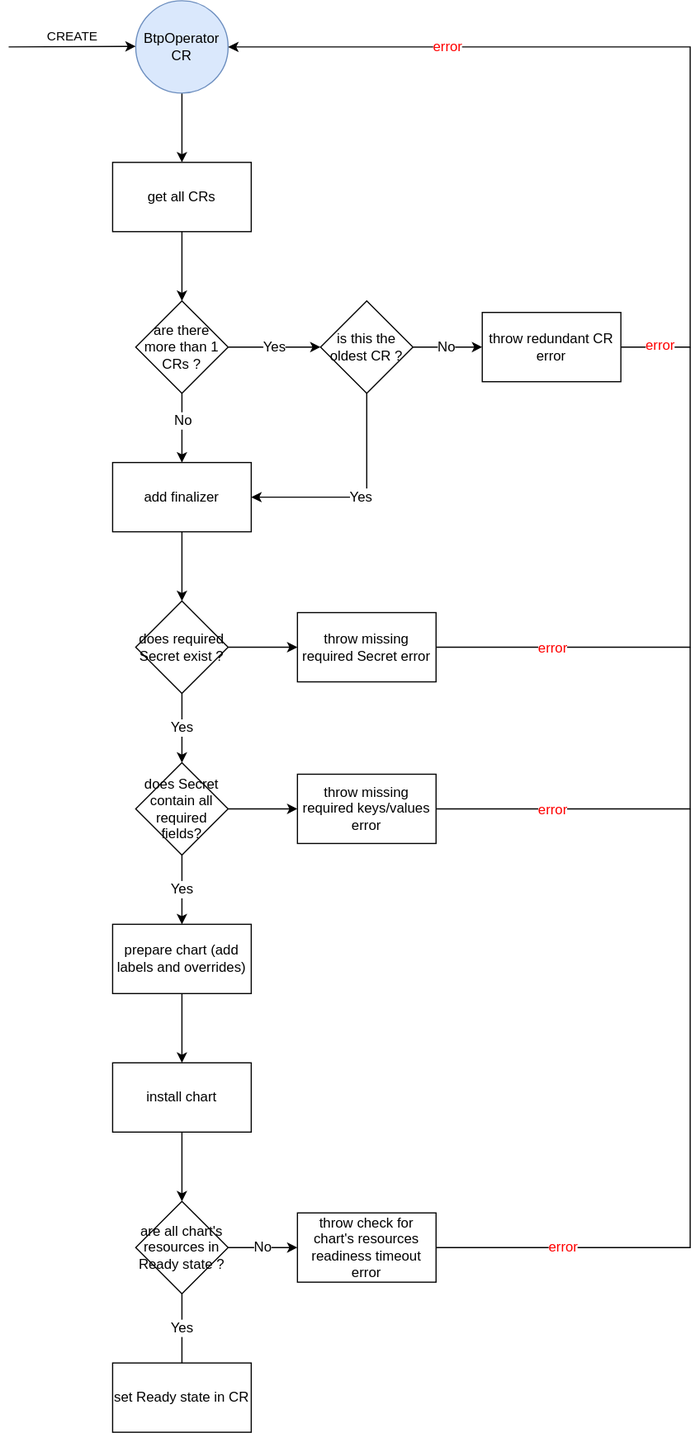
This is docs/assets/provisioning.svg from kyma-project/btp-manager, a draw.io export, as it was before one commit. Source tidied: cells renumbered, new cells last; positions are measured from the earlier drawing's top-left corner, leaving out a move shared by most shapes.
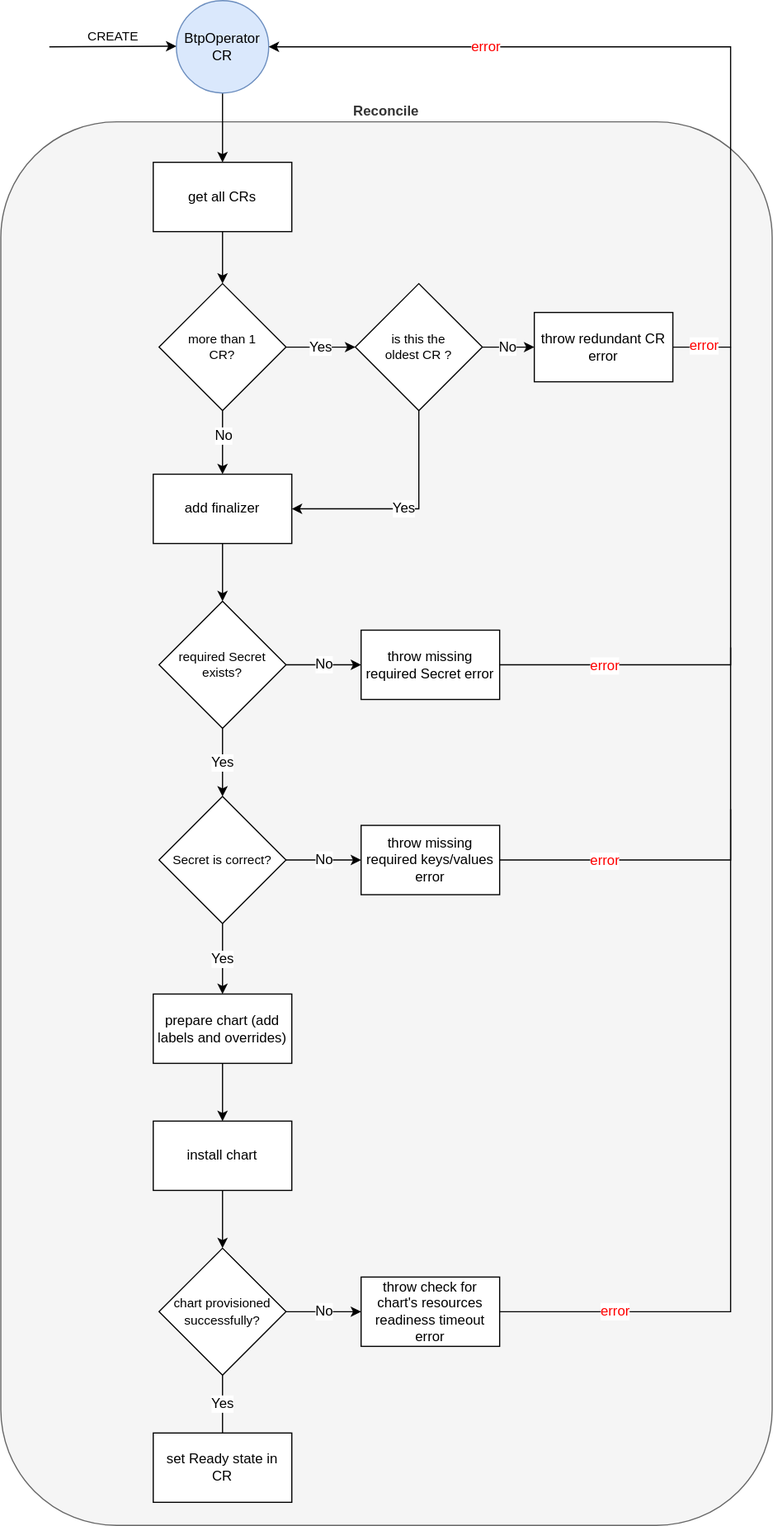
After the change.

Commit message:
Fix operations diagrams

Change to the diagram source:
```diff
@@ -2,6 +2,9 @@
   <root>
     <mxCell id="0" />
     <mxCell id="1" parent="0" />
+    <mxCell id="43" value="Reconcile" style="rounded=1;whiteSpace=wrap;html=1;fontColor=#333333;fillColor=#f5f5f5;strokeColor=#666666;labelPosition=center;verticalLabelPosition=top;align=center;verticalAlign=bottom;fontStyle=1;" parent="1" vertex="1">
+      <mxGeometry x="-42" y="105" width="668" height="1215" as="geometry" />
+    </mxCell>
     <mxCell id="2" style="edgeStyle=orthogonalEdgeStyle;rounded=0;jettySize=auto;html=1;fontSize=12;" parent="1" edge="1" source="3" target="10">
       <mxGeometry relative="1" as="geometry" />
     </mxCell>
@@ -25,8 +28,8 @@
     <mxCell id="7" value="Yes" style="edgeStyle=orthogonalEdgeStyle;rounded=0;jettySize=auto;html=1;fontSize=12;" parent="1" edge="1" source="8" target="16">
       <mxGeometry relative="1" as="geometry" />
     </mxCell>
-    <mxCell id="8" value="are there more than 1 CRs ?" style="rhombus;whiteSpace=wrap;html=1;fontSize=12;" parent="1" vertex="1">
-      <mxGeometry x="110" y="260" width="80" height="80" as="geometry" />
+    <mxCell id="8" value="more than 1 &lt;br style=&quot;font-size: 11px;&quot;&gt;CR?" style="rhombus;whiteSpace=wrap;html=1;fontSize=11;" parent="1" vertex="1">
+      <mxGeometry x="95" y="245" width="110" height="110" as="geometry" />
     </mxCell>
     <mxCell id="9" style="edgeStyle=orthogonalEdgeStyle;rounded=0;jettySize=auto;html=1;fontSize=12;" parent="1" edge="1" source="10" target="8">
       <mxGeometry relative="1" as="geometry" />
@@ -38,7 +41,7 @@
       <mxGeometry relative="1" as="geometry" />
     </mxCell>
     <mxCell id="12" value="add finalizer" style="whiteSpace=wrap;html=1;" parent="1" vertex="1">
-      <mxGeometry x="90" y="400" width="120" height="60" as="geometry" />
+      <mxGeometry x="90" y="410" width="120" height="60" as="geometry" />
     </mxCell>
     <mxCell id="13" value="Yes" style="edgeStyle=orthogonalEdgeStyle;rounded=0;jettySize=auto;html=1;exitX=0.5;exitY=1;exitDx=0;exitDy=0;entryX=1;entryY=0.5;entryDx=0;entryDy=0;fontSize=12;" parent="1" edge="1" source="16" target="12">
       <mxGeometry relative="1" as="geometry" />
@@ -49,8 +52,8 @@
     <mxCell id="15" value="No" style="edgeLabel;html=1;align=center;verticalAlign=middle;fontSize=12;" parent="14" vertex="1">
       <mxGeometry x="-0.07" y="1" relative="1" as="geometry" />
     </mxCell>
-    <mxCell id="16" value="is this the oldest CR ?" style="rhombus;whiteSpace=wrap;html=1;" parent="1" vertex="1">
-      <mxGeometry x="270" y="260" width="80" height="80" as="geometry" />
+    <mxCell id="16" value="is this the &lt;br style=&quot;font-size: 11px;&quot;&gt;oldest CR ?" style="rhombus;whiteSpace=wrap;html=1;fontSize=11;" parent="1" vertex="1">
+      <mxGeometry x="265" y="245" width="110" height="110" as="geometry" />
     </mxCell>
     <mxCell id="17" style="edgeStyle=orthogonalEdgeStyle;rounded=0;jettySize=auto;html=1;exitX=1;exitY=0.5;exitDx=0;exitDy=0;entryX=1;entryY=0.5;entryDx=0;entryDy=0;fontSize=12;" parent="1" edge="1" source="20" target="3">
       <mxGeometry relative="1" as="geometry">
@@ -64,19 +67,21 @@
       <mxGeometry x="0.47" y="-1" relative="1" as="geometry" />
     </mxCell>
     <mxCell id="19" value="&lt;font color=&quot;#ff0000&quot;&gt;error&lt;/font&gt;" style="edgeLabel;html=1;align=center;verticalAlign=middle;fontSize=12;fontColor=#000000;" parent="17" vertex="1">
-      <mxGeometry x="-0.91" y="2" relative="1" as="geometry" />
+      <mxGeometry x="-0.91" y="2" relative="1" as="geometry">
+        <mxPoint x="-6" as="offset" />
+      </mxGeometry>
     </mxCell>
     <mxCell id="20" value="throw redundant CR error" style="whiteSpace=wrap;html=1;" parent="1" vertex="1">
-      <mxGeometry x="410" y="270" width="120" height="60" as="geometry" />
+      <mxGeometry x="420" y="270" width="120" height="60" as="geometry" />
     </mxCell>
-    <mxCell id="21" style="edgeStyle=orthogonalEdgeStyle;rounded=0;jettySize=auto;html=1;fontSize=12;fontColor=#FF0000;endArrow=classic;endFill=1;" parent="1" edge="1" source="23" target="26">
+    <mxCell id="21" value="No" style="edgeStyle=orthogonalEdgeStyle;rounded=0;jettySize=auto;html=1;fontSize=12;fontColor=#000000;endArrow=classic;endFill=1;" parent="1" edge="1" source="23" target="26">
       <mxGeometry relative="1" as="geometry" />
     </mxCell>
     <mxCell id="22" value="Yes" style="edgeStyle=orthogonalEdgeStyle;rounded=0;jettySize=auto;html=1;fontSize=12;fontColor=#000000;endArrow=classic;endFill=1;" parent="1" edge="1" source="23" target="29">
       <mxGeometry relative="1" as="geometry" />
     </mxCell>
-    <mxCell id="23" value="does required Secret exist ?" style="rhombus;whiteSpace=wrap;html=1;" parent="1" vertex="1">
-      <mxGeometry x="110" y="520" width="80" height="80" as="geometry" />
+    <mxCell id="23" value="required Secret exists?" style="rhombus;whiteSpace=wrap;html=1;fontSize=11;" parent="1" vertex="1">
+      <mxGeometry x="95" y="520" width="110" height="110" as="geometry" />
     </mxCell>
     <mxCell id="24" style="edgeStyle=orthogonalEdgeStyle;rounded=0;jettySize=auto;html=1;fontSize=12;fontColor=#FF0000;endArrow=none;endFill=0;" parent="1" edge="1" source="26">
       <mxGeometry relative="1" as="geometry">
@@ -85,20 +90,20 @@
     </mxCell>
     <mxCell id="25" value="error" style="edgeLabel;html=1;align=center;verticalAlign=middle;fontSize=12;fontColor=#FF0000;" parent="24" vertex="1">
       <mxGeometry x="-0.59" y="2" relative="1" as="geometry">
-        <mxPoint y="2" as="offset" />
+        <mxPoint x="-8" y="2" as="offset" />
       </mxGeometry>
     </mxCell>
     <mxCell id="26" value="throw missing required Secret error" style="whiteSpace=wrap;html=1;" parent="1" vertex="1">
-      <mxGeometry x="250" y="530" width="120" height="60" as="geometry" />
+      <mxGeometry x="270" y="545" width="120" height="60" as="geometry" />
     </mxCell>
-    <mxCell id="27" style="edgeStyle=orthogonalEdgeStyle;rounded=0;jettySize=auto;html=1;fontSize=12;fontColor=#000000;endArrow=classic;endFill=1;" parent="1" edge="1" source="29" target="32">
+    <mxCell id="27" value="No" style="edgeStyle=orthogonalEdgeStyle;rounded=0;jettySize=auto;html=1;fontSize=12;fontColor=#000000;endArrow=classic;endFill=1;" parent="1" edge="1" source="29" target="32">
       <mxGeometry relative="1" as="geometry" />
     </mxCell>
     <mxCell id="28" value="Yes" style="edgeStyle=orthogonalEdgeStyle;rounded=0;jettySize=auto;html=1;fontSize=12;fontColor=#000000;endArrow=classic;endFill=1;" parent="1" edge="1" source="29" target="34">
       <mxGeometry relative="1" as="geometry" />
     </mxCell>
-    <mxCell id="29" value="does Secret contain all required fields?" style="rhombus;whiteSpace=wrap;html=1;" parent="1" vertex="1">
-      <mxGeometry x="110" y="660" width="80" height="80" as="geometry" />
+    <mxCell id="29" value="Secret is correct?" style="rhombus;whiteSpace=wrap;html=1;fontSize=11;" parent="1" vertex="1">
+      <mxGeometry x="95" y="689" width="110" height="110" as="geometry" />
     </mxCell>
     <mxCell id="30" style="edgeStyle=orthogonalEdgeStyle;rounded=0;jettySize=auto;html=1;fontSize=12;fontColor=#000000;endArrow=none;endFill=0;" parent="1" edge="1" source="32">
       <mxGeometry relative="1" as="geometry">
@@ -107,23 +112,23 @@
     </mxCell>
     <mxCell id="31" value="error" style="edgeLabel;html=1;align=center;verticalAlign=middle;fontSize=12;fontColor=#FF0000;" parent="30" vertex="1">
       <mxGeometry x="-0.45" y="1" relative="1" as="geometry">
-        <mxPoint x="1" y="1" as="offset" />
+        <mxPoint x="-16" y="1" as="offset" />
       </mxGeometry>
     </mxCell>
     <mxCell id="32" value="throw missing required keys/values error" style="whiteSpace=wrap;html=1;" parent="1" vertex="1">
-      <mxGeometry x="250" y="670" width="120" height="60" as="geometry" />
+      <mxGeometry x="270" y="714" width="120" height="60" as="geometry" />
     </mxCell>
     <mxCell id="33" style="edgeStyle=orthogonalEdgeStyle;rounded=0;jettySize=auto;html=1;fontSize=12;fontColor=#000000;endArrow=classic;endFill=1;" parent="1" edge="1" source="34" target="36">
       <mxGeometry relative="1" as="geometry" />
     </mxCell>
     <mxCell id="34" value="prepare chart (add labels and overrides)" style="whiteSpace=wrap;html=1;" parent="1" vertex="1">
-      <mxGeometry x="90" y="800" width="120" height="60" as="geometry" />
+      <mxGeometry x="90" y="860" width="120" height="60" as="geometry" />
     </mxCell>
     <mxCell id="35" style="edgeStyle=orthogonalEdgeStyle;rounded=0;jettySize=auto;html=1;fontSize=12;fontColor=#000000;endArrow=classic;endFill=1;" parent="1" edge="1" source="36" target="39">
       <mxGeometry relative="1" as="geometry" />
     </mxCell>
     <mxCell id="36" value="install chart" style="whiteSpace=wrap;html=1;" parent="1" vertex="1">
-      <mxGeometry x="90" y="920" width="120" height="60" as="geometry" />
+      <mxGeometry x="90" y="970" width="120" height="60" as="geometry" />
     </mxCell>
     <mxCell id="37" value="No" style="edgeStyle=orthogonalEdgeStyle;rounded=0;jettySize=auto;html=1;fontSize=12;fontColor=#000000;endArrow=classic;endFill=1;" parent="1" edge="1" source="39" target="41">
       <mxGeometry relative="1" as="geometry" />
@@ -131,19 +136,19 @@
     <mxCell id="38" value="Yes" style="edgeStyle=orthogonalEdgeStyle;rounded=0;jettySize=auto;html=1;fontSize=12;fontColor=#000000;endArrow=none;endFill=0;" parent="1" edge="1" source="39" target="42">
       <mxGeometry relative="1" as="geometry" />
     </mxCell>
-    <mxCell id="39" value="are all chart's resources in Ready state ?" style="rhombus;whiteSpace=wrap;html=1;" parent="1" vertex="1">
-      <mxGeometry x="110" y="1040" width="80" height="80" as="geometry" />
+    <mxCell id="39" value="&lt;font style=&quot;font-size: 11px;&quot;&gt;chart provisioned successfully?&lt;/font&gt;" style="rhombus;whiteSpace=wrap;html=1;" parent="1" vertex="1">
+      <mxGeometry x="95" y="1080" width="110" height="110" as="geometry" />
     </mxCell>
-    <mxCell id="40" value="error" style="edgeStyle=orthogonalEdgeStyle;rounded=0;jettySize=auto;html=1;fontSize=12;fontColor=#FF0000;endArrow=none;endFill=0;" parent="1" edge="1" source="41">
-      <mxGeometry x="-0.63" relative="1" as="geometry">
+    <mxCell id="40" value="error" style="edgeStyle=orthogonalEdgeStyle;rounded=0;jettySize=auto;html=1;fontSize=12;fontColor=#FF0000;endArrow=none;endFill=0;labelBackgroundColor=default;" parent="1" edge="1" source="41">
+      <mxGeometry x="-0.69" relative="1" as="geometry">
         <mxPoint x="590" y="700" as="targetPoint" />
       </mxGeometry>
     </mxCell>
     <mxCell id="41" value="throw check for chart's resources readiness timeout error" style="whiteSpace=wrap;html=1;" parent="1" vertex="1">
-      <mxGeometry x="250" y="1050" width="120" height="60" as="geometry" />
+      <mxGeometry x="270" y="1105" width="120" height="60" as="geometry" />
     </mxCell>
-    <mxCell id="42" value="set Ready state in CR" style="whiteSpace=wrap;html=1;" parent="1" vertex="1">
-      <mxGeometry x="90" y="1180" width="120" height="60" as="geometry" />
+    <mxCell id="42" value="set Ready state in&lt;br&gt;CR" style="whiteSpace=wrap;html=1;" parent="1" vertex="1">
+      <mxGeometry x="90" y="1240" width="120" height="60" as="geometry" />
     </mxCell>
   </root>
 </mxGraphModel>
```
